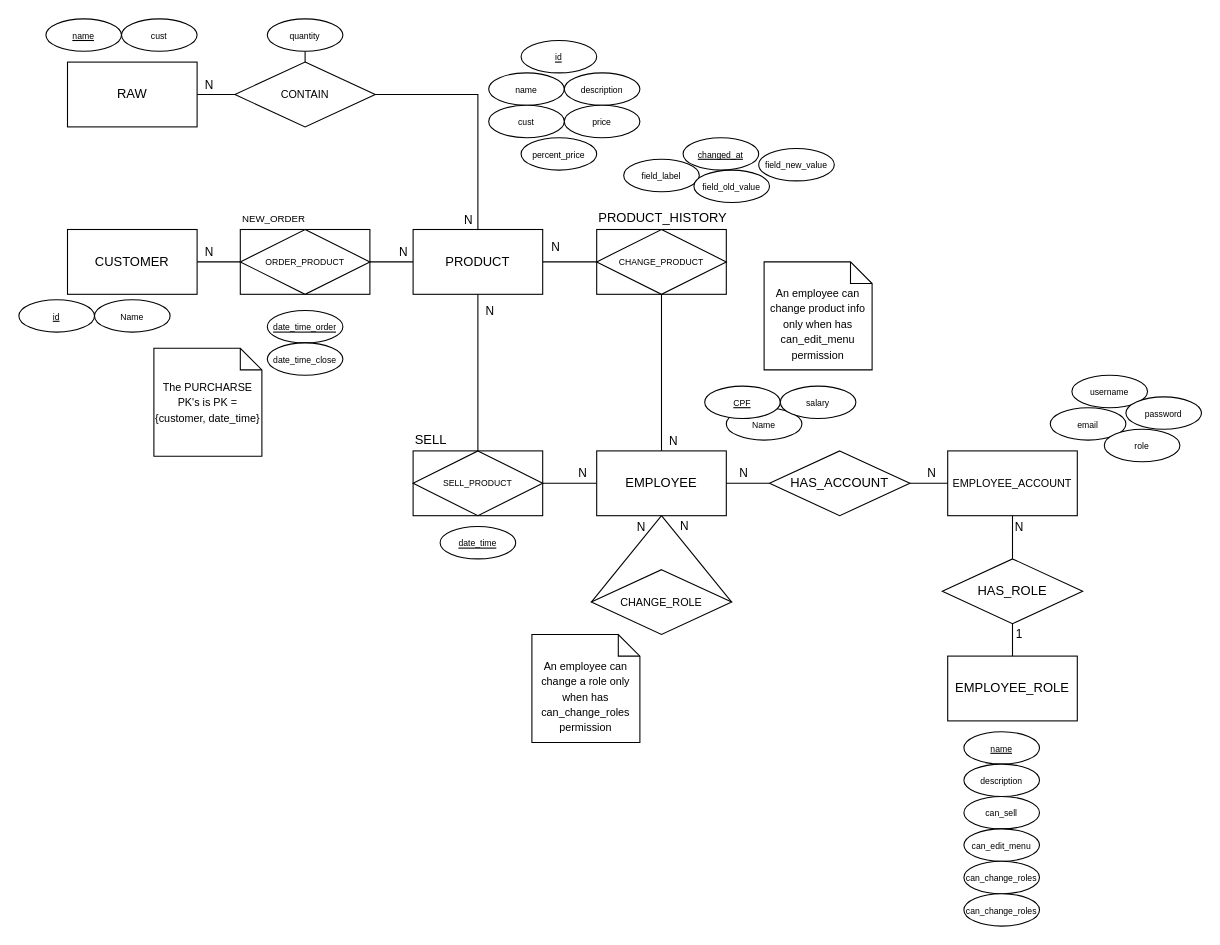
This is page "Diagrama ER" (1 of 2) of database/database.drawio from ikuyorih9/HisamiDoceria, a draw.io file, before an edit. Source tidied: cells renumbered, new cells numbered last; positions are measured from the earlier drawing's top-left corner, leaving out a move shared by most shapes. Both pictures are drawn from the tidied source at 108%, with x=0, y=0 at pixel (18, 18).
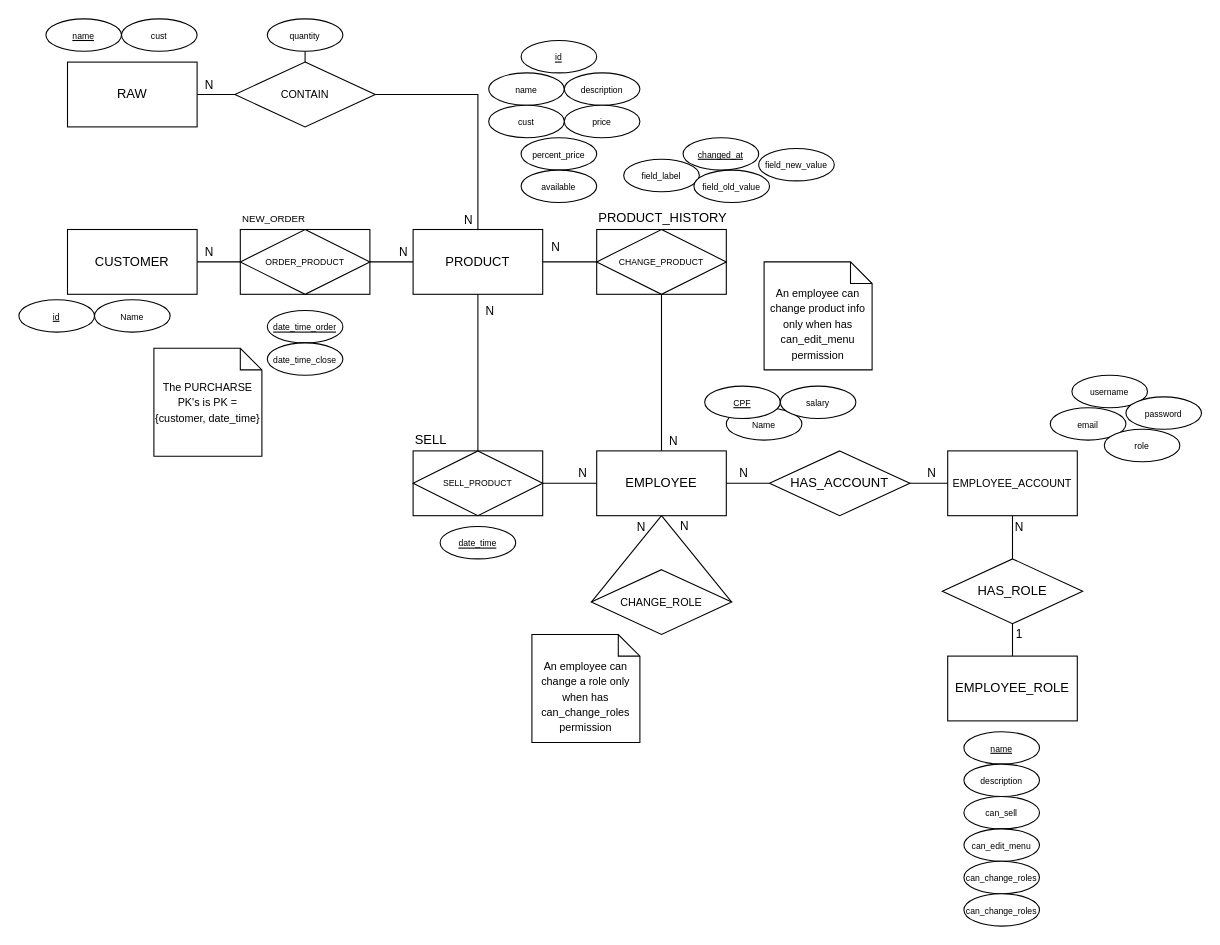
Above is the later version.

The edit, as a diff of the source:
```diff
@@
+    <mxCell id="86" value="&lt;span style=&quot;font-size: 8px;&quot;&gt;available&lt;/span&gt;" style="ellipse;whiteSpace=wrap;html=1;align=center;" parent="1" vertex="1">
+      <mxGeometry x="465" y="140" width="70" height="30" as="geometry" />
+    </mxCell>
```
